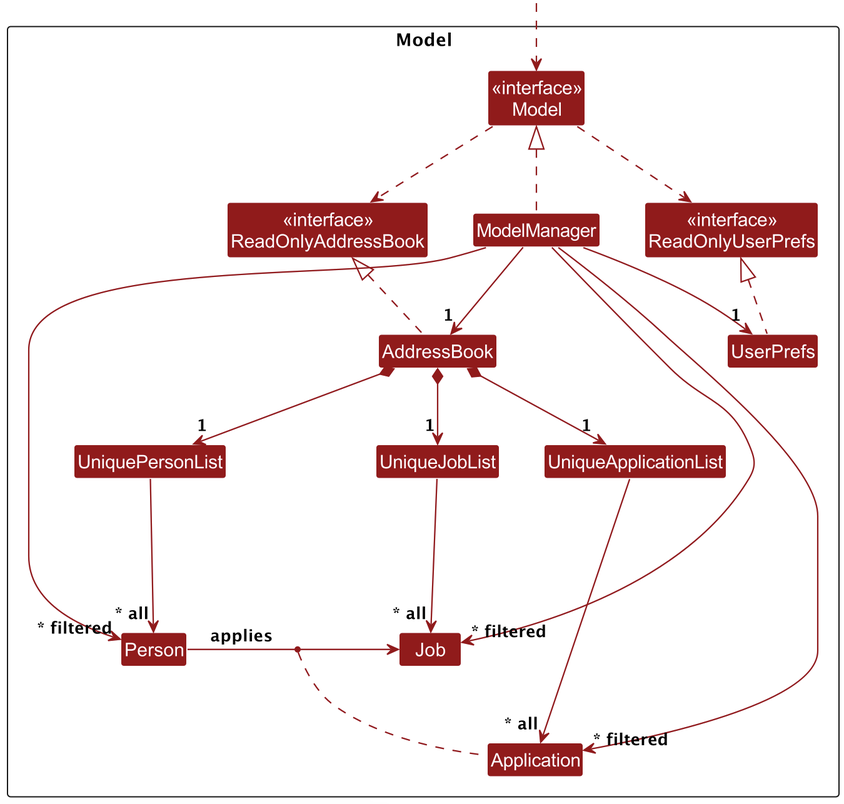
This is docs/images/ModelClassDiagram.png from leeweiming3/tp, a PlantUML export, as it was before one commit. Its source is kept beside it as docs/diagrams/ModelClassDiagram.puml.
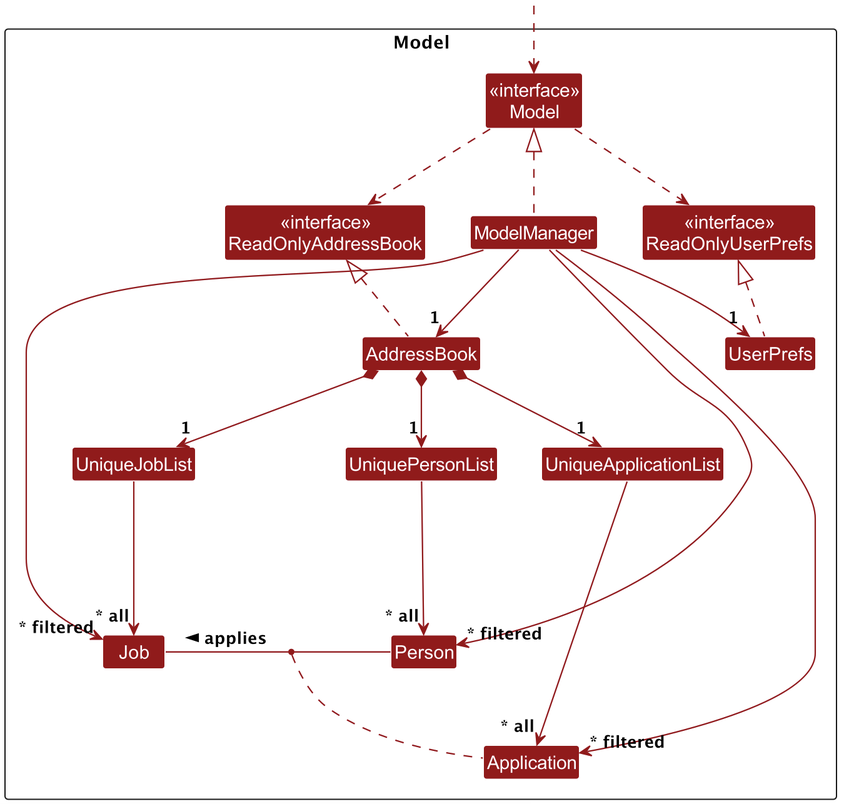
After the commit.

The edit, as a diff of the source:
```diff
@@ -60,7 +60,7 @@
 
 ModelManager --> "~* filtered" Job
 
-Person -right-> Job: applies
+Job - Person: applies <
 (Person, Job) .. Application
 
 @enduml
```
